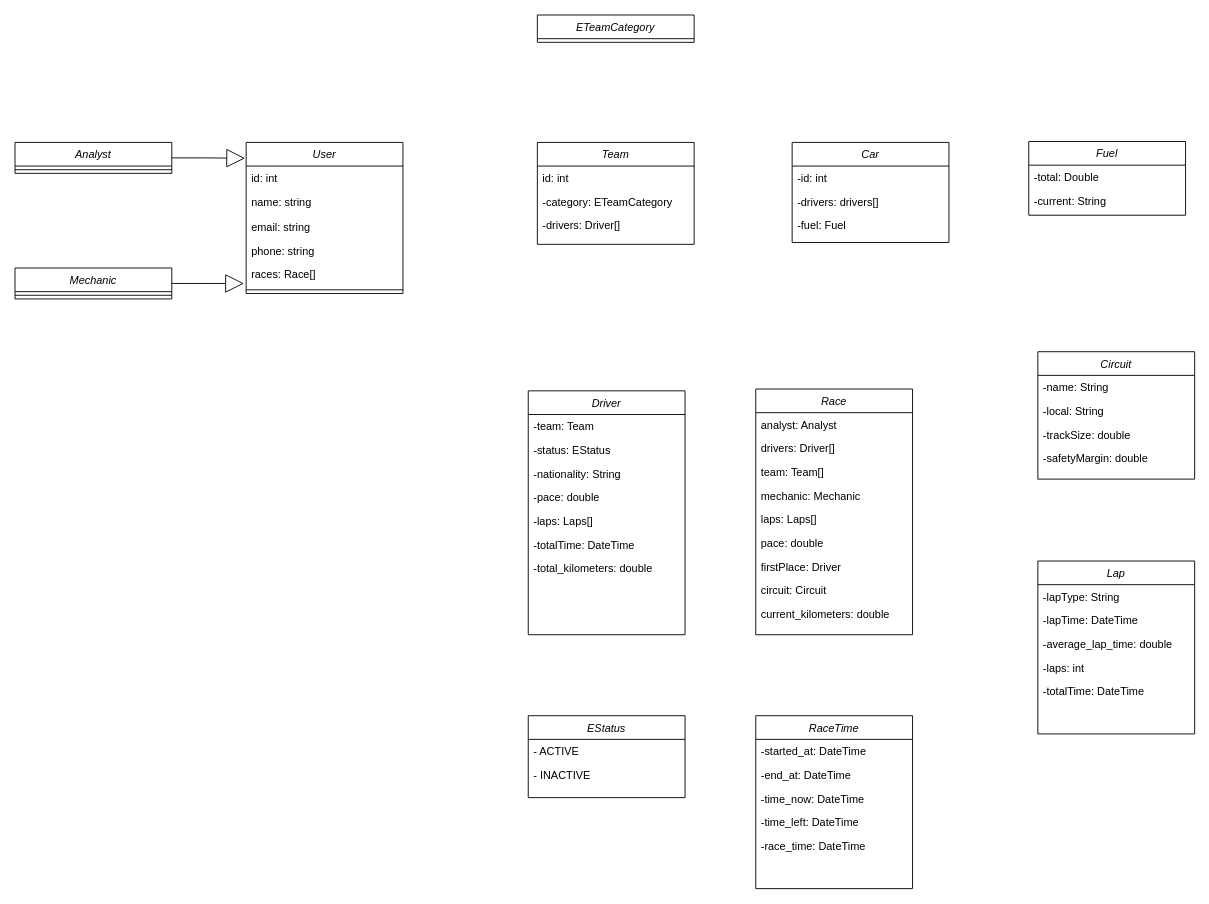
joeyclapton/puc keeps this draw.io diagram as Diagrama-classes-race-engineering.drawio. Above is the earlier version. Source tidied: cells renumbered, new cells numbered last; positions are measured from the earlier drawing's top-left corner, leaving out a move shared by most shapes. Both pictures are drawn from the tidied source at 91%, with x=0, y=0 at pixel (15, 15).
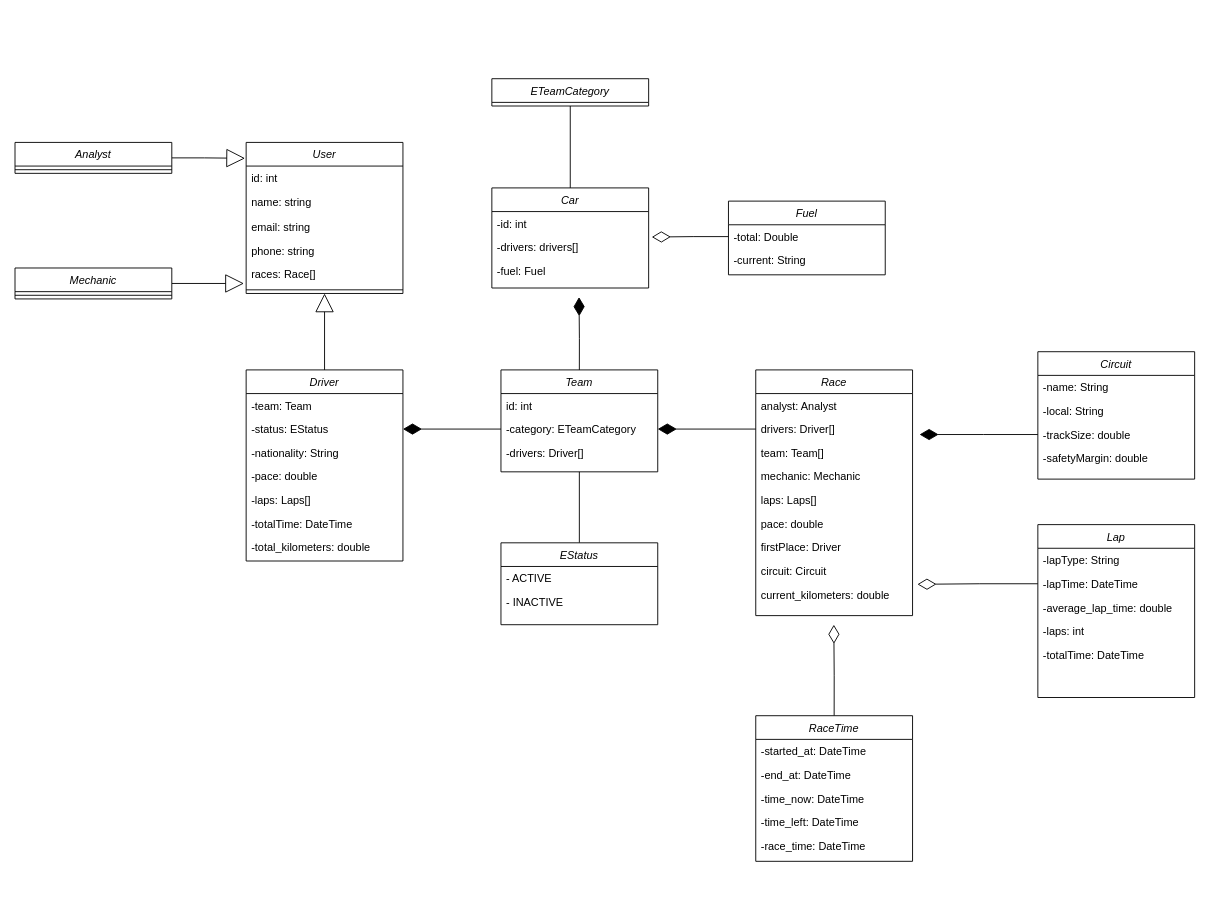
The same page after the edit.

The change refers to these unchanged cells:
```xml
<mxCell id="2" value="User" style="swimlane;fontStyle=2;align=center;verticalAlign=top;horizontal=1;startSize=26;rounded=0;shadow=0;strokeWidth=1;" parent="1" vertex="1">
  <mxGeometry x="254" y="140" width="172.3" height="166" as="geometry" />
</mxCell>
<mxCell id="14" value="-status: EStatus" style="text;align=left;verticalAlign=top;spacingLeft=4;spacingRight=4;overflow=hidden;points=[[0,0.5],[1,0.5]];portConstraint=eastwest;rounded=0;shadow=0;html=0;" parent="12" vertex="1">
  <mxGeometry y="52" width="172.3" height="26" as="geometry" />
</mxCell>
<mxCell id="22" value="drivers: Driver[]&#10;&#10;" style="text;align=left;verticalAlign=top;spacingLeft=4;spacingRight=4;overflow=hidden;points=[[0,0.5],[1,0.5]];portConstraint=eastwest;rounded=0;shadow=0;html=0;" parent="20" vertex="1">
  <mxGeometry y="52" width="172.3" height="26" as="geometry" />
</mxCell>
<mxCell id="29" value="current_kilometers: double" style="text;align=left;verticalAlign=top;spacingLeft=4;spacingRight=4;overflow=hidden;points=[[0,0.5],[1,0.5]];portConstraint=eastwest;rounded=0;shadow=0;html=0;" parent="20" vertex="1">
  <mxGeometry y="234" width="172.3" height="26" as="geometry" />
</mxCell>
<mxCell id="32" value="-category: ETeamCategory&#10;" style="text;align=left;verticalAlign=top;spacingLeft=4;spacingRight=4;overflow=hidden;points=[[0,0.5],[1,0.5]];portConstraint=eastwest;rounded=0;shadow=0;html=0;" parent="30" vertex="1">
  <mxGeometry y="52" width="172.3" height="26" as="geometry" />
</mxCell>
<mxCell id="36" value="-drivers: drivers[]&#10;" style="text;align=left;verticalAlign=top;spacingLeft=4;spacingRight=4;overflow=hidden;points=[[0,0.5],[1,0.5]];portConstraint=eastwest;rounded=0;shadow=0;html=0;" parent="34" vertex="1">
  <mxGeometry y="52" width="172.3" height="26" as="geometry" />
</mxCell>
<mxCell id="38" value="Circuit" style="swimlane;fontStyle=2;align=center;verticalAlign=top;horizontal=1;startSize=26;rounded=0;shadow=0;strokeWidth=1;" parent="1" vertex="1">
  <mxGeometry x="1124" y="370" width="172.3" height="140" as="geometry" />
</mxCell>
<mxCell id="41" value="-trackSize: double&#10;" style="text;align=left;verticalAlign=top;spacingLeft=4;spacingRight=4;overflow=hidden;points=[[0,0.5],[1,0.5]];portConstraint=eastwest;rounded=0;shadow=0;html=0;" parent="38" vertex="1">
  <mxGeometry y="78" width="172.3" height="26" as="geometry" />
</mxCell>
<mxCell id="48" value="-lapTime: DateTime&#10;" style="text;align=left;verticalAlign=top;spacingLeft=4;spacingRight=4;overflow=hidden;points=[[0,0.5],[1,0.5]];portConstraint=eastwest;rounded=0;shadow=0;html=0;" parent="46" vertex="1">
  <mxGeometry y="52" width="172.3" height="26" as="geometry" />
</mxCell>
<mxCell id="56" value="-total: Double&#10;" style="text;align=left;verticalAlign=top;spacingLeft=4;spacingRight=4;overflow=hidden;points=[[0,0.5],[1,0.5]];portConstraint=eastwest;rounded=0;shadow=0;html=0;" parent="55" vertex="1">
  <mxGeometry y="26" width="172.3" height="26" as="geometry" />
</mxCell>
```

Change to the diagram source:
```diff
@@
+    <mxCell id="65" style="edgeStyle=orthogonalEdgeStyle;rounded=0;jettySize=auto;html=1;exitX=0.5;exitY=0;exitDx=0;exitDy=0;entryX=0.5;entryY=1;entryDx=0;entryDy=0;endSize=18;endArrow=block;endFill=0;" parent="1" edge="1" source="12" target="2">
+      <mxGeometry relative="1" as="geometry" />
+    </mxCell>
     <mxCell id="12" value="Driver" style="swimlane;fontStyle=2;align=center;verticalAlign=top;horizontal=1;startSize=26;rounded=0;shadow=0;strokeWidth=1;" parent="1" vertex="1">
-      <mxGeometry x="564" y="413" width="172.3" height="268" as="geometry" />
+      <mxGeometry x="254" y="390" width="172.3" height="210" as="geometry" />
     </mxCell>
@@
     <mxCell id="20" value="Race" style="swimlane;fontStyle=2;align=center;verticalAlign=top;horizontal=1;startSize=26;rounded=0;shadow=0;strokeWidth=1;" parent="1" vertex="1">
-      <mxGeometry x="814" y="411" width="172.3" height="270" as="geometry" />
+      <mxGeometry x="814" y="390" width="172.3" height="270" as="geometry" />
     </mxCell>
@@
+    <mxCell id="66" style="edgeStyle=orthogonalEdgeStyle;rounded=0;jettySize=auto;html=1;exitX=0.5;exitY=0;exitDx=0;exitDy=0;endArrow=diamondThin;endFill=1;endSize=18;" parent="1" edge="1" source="30">
+      <mxGeometry relative="1" as="geometry">
+        <mxPoint x="619.8" y="310" as="targetPoint" />
+      </mxGeometry>
+    </mxCell>
     <mxCell id="30" value="Team" style="swimlane;fontStyle=2;align=center;verticalAlign=top;horizontal=1;startSize=26;rounded=0;shadow=0;strokeWidth=1;" parent="1" vertex="1">
-      <mxGeometry x="574" y="140" width="172.3" height="112" as="geometry" />
+      <mxGeometry x="534" y="390" width="172.3" height="112" as="geometry" />
     </mxCell>
@@
+    <mxCell id="67" style="edgeStyle=orthogonalEdgeStyle;rounded=0;jettySize=auto;html=1;exitX=0.5;exitY=0;exitDx=0;exitDy=0;entryX=0.5;entryY=1;entryDx=0;entryDy=0;endArrow=none;endFill=0;" parent="1" edge="1" source="34" target="64">
+      <mxGeometry relative="1" as="geometry" />
+    </mxCell>
     <mxCell id="34" value="Car" style="swimlane;fontStyle=2;align=center;verticalAlign=top;horizontal=1;startSize=26;rounded=0;shadow=0;strokeWidth=1;" parent="1" vertex="1">
-      <mxGeometry x="854" y="140" width="172.3" height="110" as="geometry" />
+      <mxGeometry x="524" y="190" width="172.3" height="110" as="geometry" />
     </mxCell>
@@
+    <mxCell id="68" style="edgeStyle=orthogonalEdgeStyle;rounded=0;jettySize=auto;html=1;exitX=0;exitY=0.5;exitDx=0;exitDy=0;endArrow=diamondThin;endFill=1;startSize=18;endSize=18;" parent="38" edge="1" source="41">
+      <mxGeometry relative="1" as="geometry">
+        <mxPoint x="-130" y="91" as="targetPoint" />
+      </mxGeometry>
+    </mxCell>
@@
     <mxCell id="46" value="Lap" style="swimlane;fontStyle=2;align=center;verticalAlign=top;horizontal=1;startSize=26;rounded=0;shadow=0;strokeWidth=1;" parent="1" vertex="1">
-      <mxGeometry x="1124" y="600" width="172.3" height="190" as="geometry" />
+      <mxGeometry x="1124" y="560" width="172.3" height="190" as="geometry" />
     </mxCell>
@@
+    <mxCell id="69" style="edgeStyle=orthogonalEdgeStyle;rounded=0;jettySize=auto;html=1;exitX=0.5;exitY=0;exitDx=0;exitDy=0;entryX=0.5;entryY=1;entryDx=0;entryDy=0;endArrow=none;endFill=0;" parent="1" edge="1" source="52" target="30">
+      <mxGeometry relative="1" as="geometry" />
+    </mxCell>
     <mxCell id="52" value="EStatus" style="swimlane;fontStyle=2;align=center;verticalAlign=top;horizontal=1;startSize=26;rounded=0;shadow=0;strokeWidth=1;" parent="1" vertex="1">
-      <mxGeometry x="564" y="770" width="172.3" height="90" as="geometry" />
+      <mxGeometry x="534" y="580" width="172.3" height="90" as="geometry" />
     </mxCell>
@@
     <mxCell id="55" value="Fuel" style="swimlane;fontStyle=2;align=center;verticalAlign=top;horizontal=1;startSize=26;rounded=0;shadow=0;strokeWidth=1;" parent="1" vertex="1">
-      <mxGeometry x="1114" y="139" width="172.3" height="81" as="geometry" />
+      <mxGeometry x="784" y="204.5" width="172.3" height="81" as="geometry" />
     </mxCell>
@@
+    <mxCell id="70" style="edgeStyle=orthogonalEdgeStyle;rounded=0;jettySize=auto;html=1;exitX=0.5;exitY=0;exitDx=0;exitDy=0;endArrow=diamondThin;endFill=0;endSize=18;" parent="1" edge="1" source="58">
+      <mxGeometry relative="1" as="geometry">
+        <mxPoint x="899.8" y="670" as="targetPoint" />
+      </mxGeometry>
+    </mxCell>
     <mxCell id="58" value="RaceTime" style="swimlane;fontStyle=2;align=center;verticalAlign=top;horizontal=1;startSize=26;rounded=0;shadow=0;strokeWidth=1;" parent="1" vertex="1">
-      <mxGeometry x="814" y="770" width="172.3" height="190" as="geometry" />
+      <mxGeometry x="814" y="770" width="172.3" height="160" as="geometry" />
     </mxCell>
@@
     <mxCell id="64" value="ETeamCategory" style="swimlane;fontStyle=2;align=center;verticalAlign=top;horizontal=1;startSize=26;rounded=0;shadow=0;strokeWidth=1;" parent="1" vertex="1">
-      <mxGeometry x="574" width="172.3" height="30" as="geometry" />
+      <mxGeometry x="524" y="70" width="172.3" height="30" as="geometry" />
     </mxCell>
+    <mxCell id="71" style="edgeStyle=orthogonalEdgeStyle;rounded=0;jettySize=auto;html=1;exitX=1;exitY=0.5;exitDx=0;exitDy=0;entryX=0;entryY=0.5;entryDx=0;entryDy=0;endArrow=none;endFill=0;endSize=18;startArrow=diamondThin;startFill=1;startSize=18;" parent="1" edge="1" source="32" target="22">
+      <mxGeometry relative="1" as="geometry" />
+    </mxCell>
+    <mxCell id="72" style="edgeStyle=orthogonalEdgeStyle;rounded=0;jettySize=auto;html=1;exitX=0;exitY=0.5;exitDx=0;exitDy=0;entryX=1;entryY=0.5;entryDx=0;entryDy=0;endArrow=diamondThin;endFill=1;endSize=18;" parent="1" edge="1" source="32" target="14">
+      <mxGeometry relative="1" as="geometry" />
+    </mxCell>
+    <mxCell id="73" style="edgeStyle=orthogonalEdgeStyle;rounded=0;jettySize=auto;html=1;exitX=0;exitY=0.5;exitDx=0;exitDy=0;entryX=1.031;entryY=0.061;entryDx=0;entryDy=0;entryPerimeter=0;endArrow=diamondThin;endFill=0;endSize=18;" parent="1" edge="1" source="48" target="29">
+      <mxGeometry relative="1" as="geometry" />
+    </mxCell>
+    <mxCell id="74" style="edgeStyle=orthogonalEdgeStyle;rounded=0;jettySize=auto;html=1;exitX=0;exitY=0.5;exitDx=0;exitDy=0;entryX=1.02;entryY=0.077;entryDx=0;entryDy=0;entryPerimeter=0;endArrow=diamondThin;endFill=0;endSize=18;" parent="1" edge="1" source="56" target="36">
+      <mxGeometry relative="1" as="geometry" />
+    </mxCell>
```
